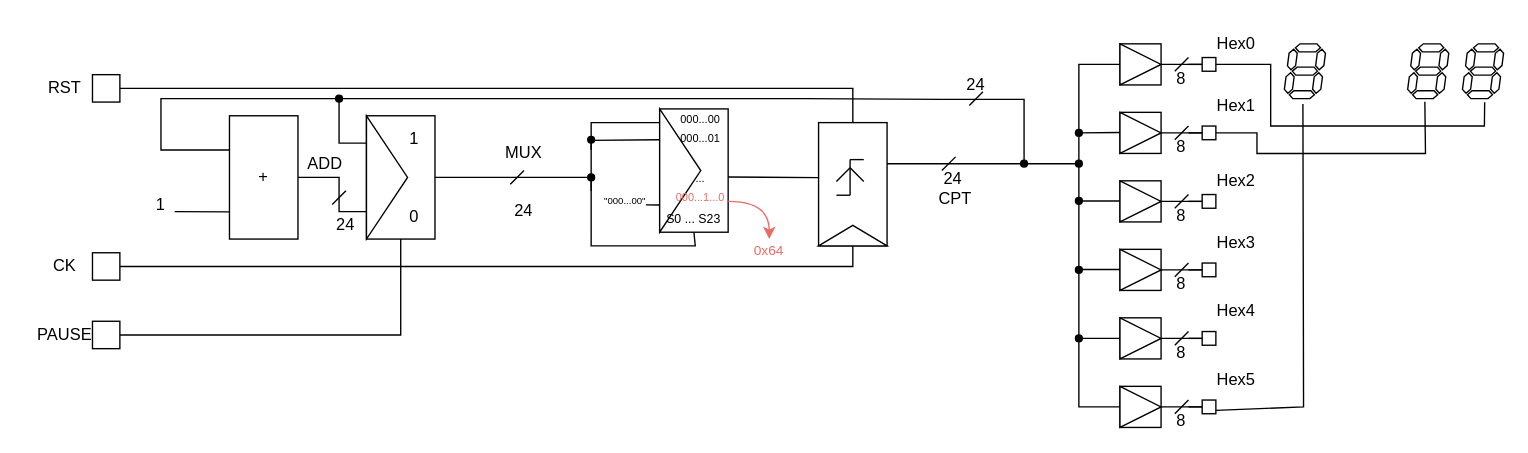
The draw.io diagram CPT24MAX.drawio in negans-soyez/VHDL, before the edit. Source tidied: cells renumbered, new cells numbered last; positions are measured from the earlier drawing's top-left corner, leaving out a move shared by most shapes. Both pictures are drawn from the tidied source at 137%, with x=0, y=0 at pixel (23, 23).
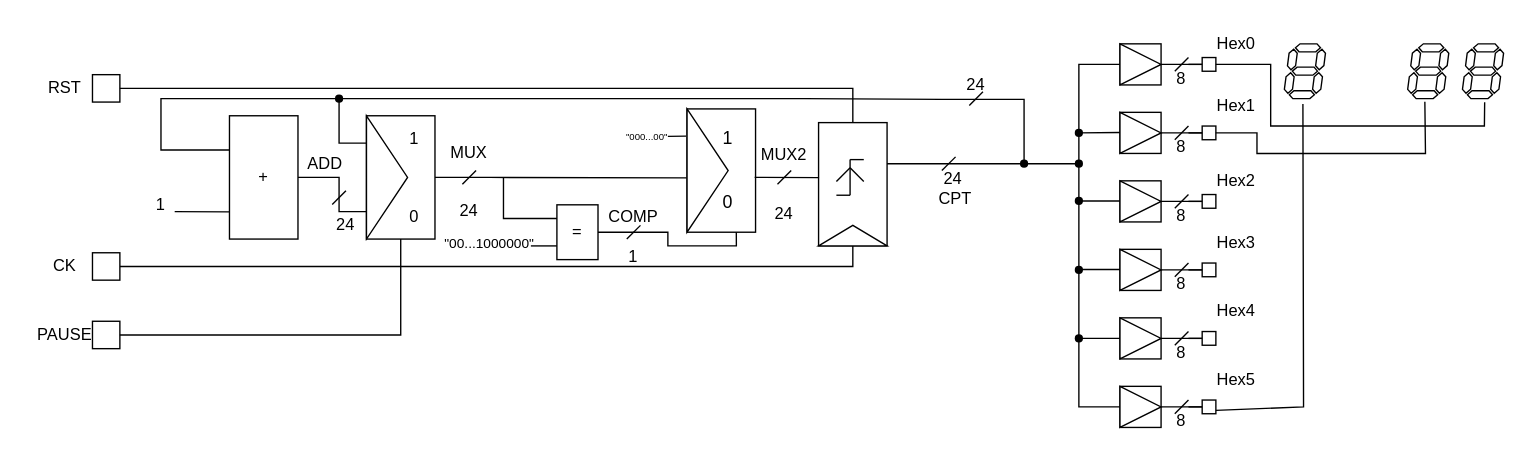
Above is the later version.

Commit message (it also covers changes not shown here):
Mettre à jour CPT24MAX.drawio

Unchanged cells that the change refers to:
```xml
<mxCell id="4" style="rounded=0;whiteSpace=wrap;html=1;rotation=-90;" parent="3" vertex="1">
  <mxGeometry y="-20" width="90" height="50" as="geometry" />
</mxCell>
<mxCell id="89" style="rounded=0;whiteSpace=wrap;html=1;" parent="88" vertex="1">
  <mxGeometry width="50" height="90" as="geometry" />
</mxCell>
<mxCell id="107" style="rounded=0;whiteSpace=wrap;html=1;" parent="106" vertex="1">
  <mxGeometry width="50" height="90" as="geometry" />
</mxCell>
<mxCell id="108" style="triangle;whiteSpace=wrap;html=1;" parent="106" vertex="1">
  <mxGeometry width="30" height="90" as="geometry" />
</mxCell>
```

What changed in the source:
```diff
@@
-    <mxCell id="22" style="endArrow=none;html=1;rounded=0;exitDx=0;exitDy=0;entryX=0.5;entryY=1;entryDx=0;entryDy=0;" parent="1" edge="1" source="124" target="107">
-      <mxGeometry relative="1" as="geometry">
-        <Array as="points">
-          <mxPoint x="414" y="162" />
-          <mxPoint x="450" y="162" />
-          <mxPoint x="490" y="162" />
-        </Array>
-      </mxGeometry>
-    </mxCell>
@@
     <mxCell id="100" style="endArrow=none;html=1;rounded=0;" parent="1" edge="1">
       <mxGeometry relative="1" as="geometry">
-        <mxPoint x="355" y="117" as="sourcePoint" />
-        <mxPoint x="365" y="107" as="targetPoint" />
+        <mxPoint x="320" y="117" as="sourcePoint" />
+        <mxPoint x="330" y="107" as="targetPoint" />
       </mxGeometry>
     </mxCell>
     <mxCell id="101" value="MUX&lt;div&gt;&lt;br&gt;&lt;/div&gt;&lt;div&gt;&lt;br&gt;&lt;/div&gt;&lt;div&gt;24&lt;/div&gt;" style="text;html=1;align=center;verticalAlign=middle;whiteSpace=wrap;rounded=0;" parent="1" vertex="1">
-      <mxGeometry x="360" y="104.5" width="10" height="20" as="geometry" />
+      <mxGeometry x="320" y="104.5" width="10" height="20" as="geometry" />
     </mxCell>
@@
     <mxCell id="106" style="group;" parent="1" vertex="1">
-      <mxGeometry x="464" y="62" width="60" height="90" as="geometry" />
+      <mxGeometry x="484" y="62" width="60" height="90" as="geometry" />
     </mxCell>
@@
-    <mxCell id="109" value="S0 ... S23" style="text;html=1;align=center;verticalAlign=middle;whiteSpace=wrap;rounded=0;fontSize=9;" parent="106" vertex="1">
-      <mxGeometry y="80" width="50" as="geometry" />
-    </mxCell>
-    <mxCell id="110" value="&lt;font style=&quot;font-size: 8px;&quot;&gt;000...00&lt;/font&gt;&lt;div&gt;&lt;font style=&quot;font-size: 8px;&quot;&gt;000...01&lt;/font&gt;&lt;/div&gt;&lt;div&gt;&lt;br&gt;&lt;/div&gt;&lt;div&gt;&lt;font style=&quot;font-size: 8px;&quot;&gt;...&lt;br&gt;&lt;font style=&quot;color: rgb(234, 107, 102);&quot;&gt;000...1...0&lt;/font&gt;&lt;/font&gt;&lt;/div&gt;" style="text;html=1;align=center;verticalAlign=middle;whiteSpace=wrap;rounded=0;" parent="106" vertex="1">
-      <mxGeometry y="20" width="60" height="30" as="geometry" />
+    <mxCell id="110" value="&lt;span&gt;1&lt;/span&gt;&lt;div&gt;&lt;span&gt;&lt;br&gt;&lt;/span&gt;&lt;/div&gt;&lt;div&gt;&lt;span&gt;&lt;br&gt;&lt;/span&gt;&lt;/div&gt;&lt;div&gt;&lt;span&gt;0&lt;/span&gt;&lt;/div&gt;" style="text;html=1;align=center;verticalAlign=middle;whiteSpace=wrap;rounded=0;fontSize=13;" parent="106" vertex="1">
+      <mxGeometry x="25" y="30" width="10" height="30" as="geometry" />
     </mxCell>
@@
-    <mxCell id="112" style="endArrow=none;html=1;rounded=0;entryX=0;entryY=0.25;entryDx=0;entryDy=0;" parent="1" edge="1" source="124" target="107">
-      <mxGeometry relative="1" as="geometry">
-        <Array as="points">
-          <mxPoint x="414" y="85" />
-        </Array>
-      </mxGeometry>
-    </mxCell>
-    <mxCell id="113" style="endArrow=none;html=1;rounded=0;" parent="1" edge="1" source="121">
-      <mxGeometry relative="1" as="geometry">
-        <mxPoint x="464" y="72" as="targetPoint" />
-        <Array as="points">
-          <mxPoint x="414" y="72" />
-          <mxPoint x="434" y="72" />
-        </Array>
-      </mxGeometry>
-    </mxCell>
-    <mxCell id="114" style="endArrow=none;html=1;rounded=0;exitX=-0.016;exitY=0.779;exitDx=0;exitDy=0;exitPerimeter=0;" parent="1" edge="1" source="108">
-      <mxGeometry relative="1" as="geometry">
-        <mxPoint x="454" y="132" as="targetPoint" />
-      </mxGeometry>
-    </mxCell>
     <mxCell id="115" value="&lt;font style=&quot;font-size: 7px;&quot;&gt;&quot;000...00&quot;&lt;/font&gt;" style="text;html=1;align=center;verticalAlign=middle;whiteSpace=wrap;rounded=0;" parent="1" vertex="1">
-      <mxGeometry x="424" y="122" width="30" height="12.5" as="geometry" />
+      <mxGeometry x="440" y="74.5" width="30" height="12.5" as="geometry" />
     </mxCell>
-    <mxCell id="116" value="0x64" style="text;html=1;align=center;verticalAlign=middle;whiteSpace=wrap;rounded=0;fontColor=#EA6B66;fontSize=10;" parent="1" vertex="1">
-      <mxGeometry x="534" y="157" width="20" height="15" as="geometry" />
-    </mxCell>
-    <mxCell id="117" style="edgeStyle=orthogonalEdgeStyle;rounded=0;jettySize=auto;html=1;exitX=1;exitY=0.75;exitDx=0;exitDy=0;curved=1;fontColor=#EA6B66;strokeColor=#EA6B66;" parent="1" edge="1" source="107" target="116">
-      <mxGeometry relative="1" as="geometry" />
-    </mxCell>
-    <mxCell id="118" style="endArrow=none;html=1;rounded=0;entryX=0.554;entryY=0.007;entryDx=0;entryDy=0;entryPerimeter=0;" parent="1" edge="1" target="4">
-      <mxGeometry relative="1" as="geometry">
-        <mxPoint x="514" y="111.7" as="sourcePoint" />
-      </mxGeometry>
+    <mxCell id="118" style="endArrow=none;html=1;rounded=0;entryX=0.554;entryY=0.007;entryDx=0;entryDy=0;entryPerimeter=0;exitX=0.987;exitY=0.555;exitDx=0;exitDy=0;exitPerimeter=0;" parent="1" edge="1" source="107" target="4">
+      <mxGeometry relative="1" as="geometry" />
     </mxCell>
@@
-    <mxCell id="120" style="endArrow=none;html=1;rounded=0;" parent="1" edge="1" target="121">
-      <mxGeometry relative="1" as="geometry">
-        <mxPoint x="414" y="92" as="sourcePoint" />
-      </mxGeometry>
-    </mxCell>
-    <mxCell id="121" style="shape=waypoint;sketch=0;fillStyle=solid;size=6;points=[];fillColor=none;perimeter=centerPerimeter;snapToPoint=1;" parent="1" vertex="1">
-      <mxGeometry x="404" y="74.5" width="20" height="20" as="geometry" />
-    </mxCell>
-    <mxCell id="122" style="endArrow=none;html=1;rounded=0;exitX=1;exitY=0.5;exitDx=0;exitDy=0;entryX=0.418;entryY=0.126;entryDx=0;entryDy=0;entryPerimeter=0;" parent="1" edge="1" source="89" target="124">
-      <mxGeometry relative="1" as="geometry" />
+    <mxCell id="122" style="endArrow=none;html=1;rounded=0;exitX=1;exitY=0.5;exitDx=0;exitDy=0;entryX=-0.009;entryY=0.559;entryDx=0;entryDy=0;entryPerimeter=0;" parent="1" edge="1" source="89" target="108">
+      <mxGeometry relative="1" as="geometry">
+        <Array as="points">
+          <mxPoint x="340" y="112" />
+        </Array>
+      </mxGeometry>
     </mxCell>
-    <mxCell id="123" style="endArrow=none;html=1;rounded=0;entryDx=0;entryDy=0;" parent="1" edge="1" target="124">
-      <mxGeometry relative="1" as="geometry">
-        <mxPoint x="414" y="122" as="sourcePoint" />
-      </mxGeometry>
-    </mxCell>
-    <mxCell id="124" style="shape=waypoint;sketch=0;fillStyle=solid;size=6;points=[];fillColor=none;perimeter=centerPerimeter;snapToPoint=1;" parent="1" vertex="1">
-      <mxGeometry x="404" y="102" width="20" height="20" as="geometry" />
-    </mxCell>
@@
+    <mxCell id="127" style="endArrow=none;html=1;rounded=0;entryX=-0.025;entryY=0.221;entryDx=0;entryDy=0;entryPerimeter=0;" parent="1" edge="1" target="108">
+      <mxGeometry relative="1" as="geometry">
+        <mxPoint x="470" y="82" as="sourcePoint" />
+      </mxGeometry>
+    </mxCell>
+    <mxCell id="128" value="=" style="rounded=0;whiteSpace=wrap;html=1;" parent="1" vertex="1">
+      <mxGeometry x="389" y="132" width="30" height="40" as="geometry" />
+    </mxCell>
+    <mxCell id="129" style="endArrow=none;html=1;rounded=0;entryX=0;entryY=0.25;entryDx=0;entryDy=0;" parent="1" edge="1" target="128">
+      <mxGeometry relative="1" as="geometry">
+        <mxPoint x="350" y="112" as="sourcePoint" />
+        <Array as="points">
+          <mxPoint x="350" y="142" />
+        </Array>
+      </mxGeometry>
+    </mxCell>
+    <mxCell id="130" style="endArrow=none;html=1;rounded=0;entryX=0;entryY=0.75;entryDx=0;entryDy=0;" parent="1" edge="1" target="128">
+      <mxGeometry relative="1" as="geometry">
+        <mxPoint x="370" y="162" as="sourcePoint" />
+      </mxGeometry>
+    </mxCell>
+    <mxCell id="131" value="&quot;00...1000000&quot;" style="text;html=1;align=center;verticalAlign=middle;whiteSpace=wrap;rounded=0;fontSize=10;" parent="1" vertex="1">
+      <mxGeometry x="310" y="144.5" width="60" height="30" as="geometry" />
+    </mxCell>
+    <mxCell id="132" style="endArrow=none;html=1;rounded=0;entryX=0.719;entryY=1;entryDx=0;entryDy=0;exitX=1;exitY=0.5;exitDx=0;exitDy=0;entryPerimeter=0;" parent="1" edge="1" source="128" target="107">
+      <mxGeometry relative="1" as="geometry">
+        <Array as="points">
+          <mxPoint x="470" y="152" />
+          <mxPoint x="470" y="162" />
+          <mxPoint x="520" y="162" />
+        </Array>
+      </mxGeometry>
+    </mxCell>
+    <mxCell id="133" value="COMP&lt;div&gt;&lt;br&gt;&lt;/div&gt;&lt;div&gt;1&lt;/div&gt;" style="text;html=1;align=center;verticalAlign=middle;whiteSpace=wrap;rounded=0;" parent="1" vertex="1">
+      <mxGeometry x="440" y="144.5" width="10" height="20" as="geometry" />
+    </mxCell>
+    <mxCell id="134" style="endArrow=none;html=1;rounded=0;" parent="1" edge="1">
+      <mxGeometry relative="1" as="geometry">
+        <mxPoint x="440" y="157" as="sourcePoint" />
+        <mxPoint x="450" y="147" as="targetPoint" />
+      </mxGeometry>
+    </mxCell>
+    <mxCell id="135" style="endArrow=none;html=1;rounded=0;" parent="1" edge="1">
+      <mxGeometry relative="1" as="geometry">
+        <mxPoint x="550" y="117" as="sourcePoint" />
+        <mxPoint x="560" y="107" as="targetPoint" />
+      </mxGeometry>
+    </mxCell>
+    <mxCell id="136" value="MUX2&lt;div&gt;&lt;br&gt;&lt;/div&gt;&lt;div&gt;&lt;br&gt;&lt;/div&gt;&lt;div&gt;24&lt;/div&gt;" style="text;html=1;align=center;verticalAlign=middle;whiteSpace=wrap;rounded=0;" parent="1" vertex="1">
+      <mxGeometry x="550" y="107" width="10" height="20" as="geometry" />
+    </mxCell>
```
